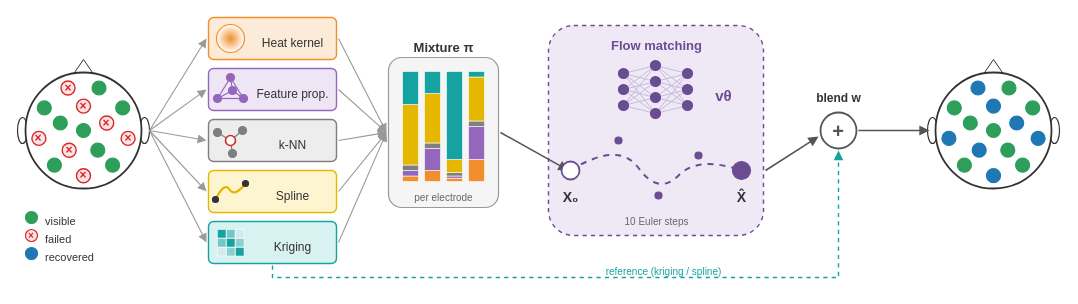
Above: paper/figures/anchored_flow_pipeline.drawio in AnshAttre/MTP_1_Gi_flow_implementation (draw.io), before the change. Source tidied: cells renumbered, new cells numbered last; positions are measured from the earlier drawing's top-left corner, leaving out a move shared by most shapes. Both pictures are drawn from the tidied source at 100%, with x=0, y=0 at pixel (17, 17).
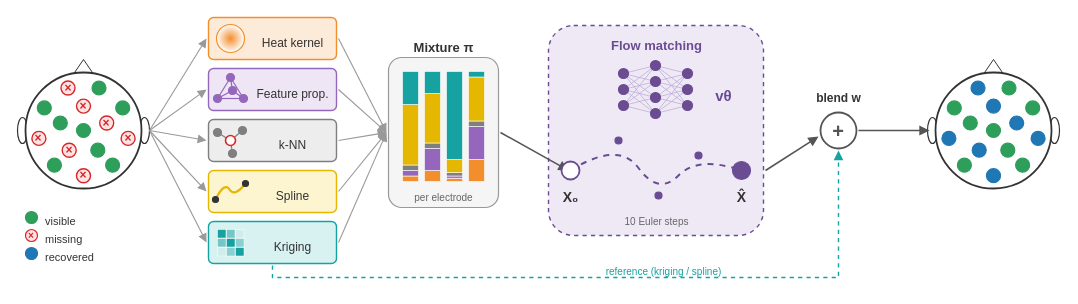
The same page after the edit.

Commit message (it also covers changes not shown here):
Label hidden electrodes as missing in the figure and name the dataset of the 59% gain

The edit, as a diff of the source:
```diff
@@
-    <mxCell id="43" value="failed" style="text;html=1;align=left;verticalAlign=top;fontSize=11;fontColor=#333333;fontStyle=0;" parent="1" vertex="1">
+    <mxCell id="43" value="missing" style="text;html=1;align=left;verticalAlign=top;fontSize=11;fontColor=#333333;fontStyle=0;" parent="1" vertex="1">
       <mxGeometry x="26" y="209" width="80" height="19" as="geometry" />
     </mxCell>
```
